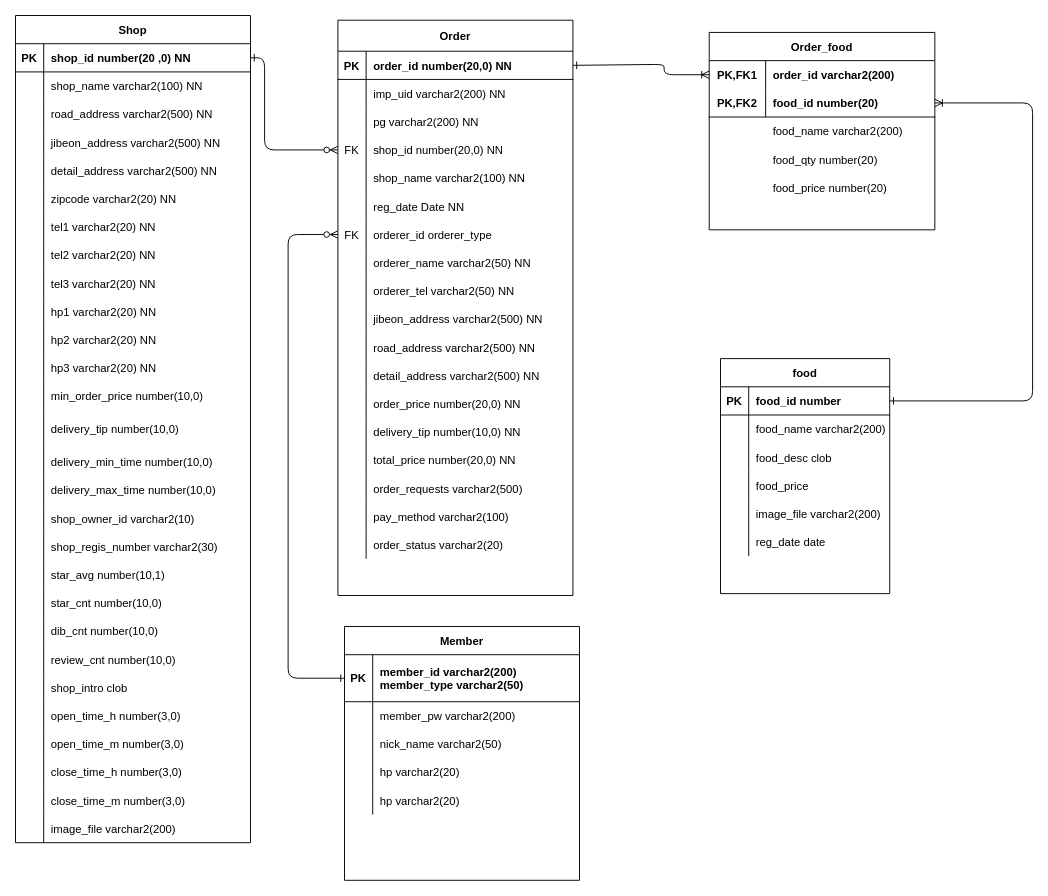
jihoho/jeogiyo keeps this draw.io diagram as src/main/webapp/WEB-INF/erd/order_erd.drawio. Above is the earlier version. Source tidied: cells renumbered, new cells numbered last; positions are measured from the earlier drawing's top-left corner, leaving out a move shared by most shapes. Both pictures are drawn from the tidied source at 94%, with x=0, y=0 at pixel (15, 15).
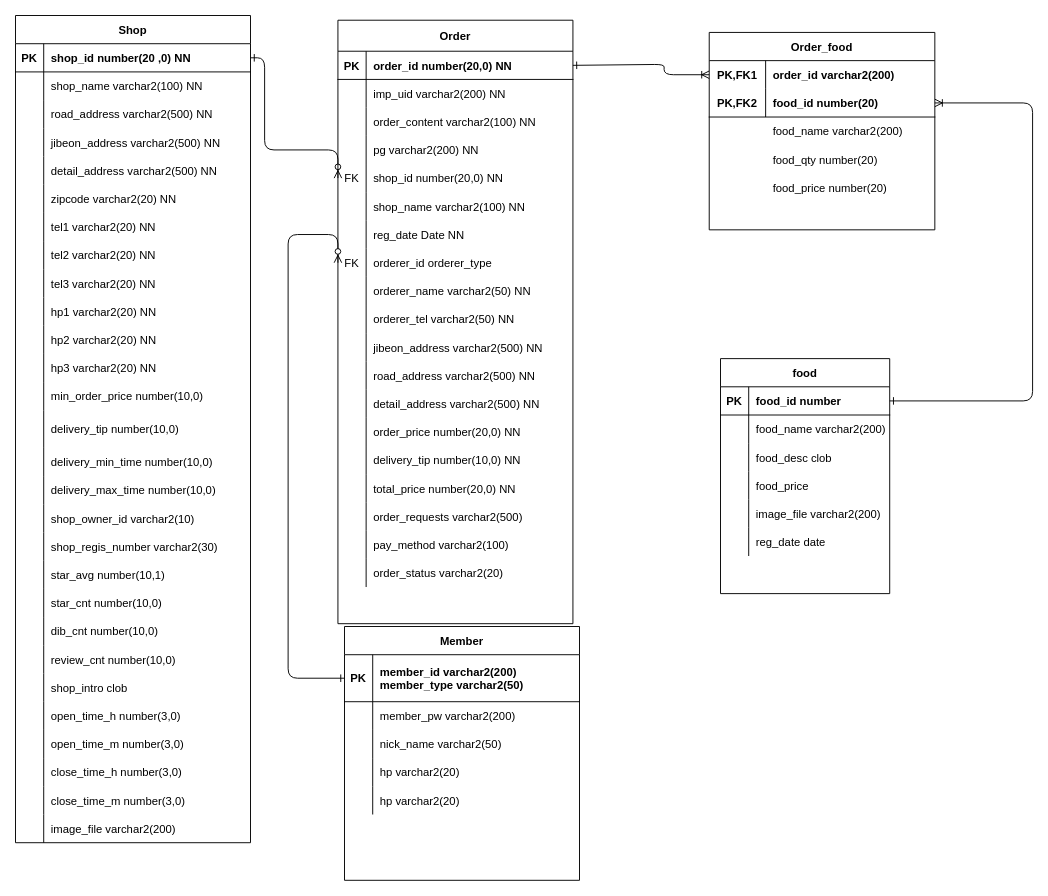
Above is the later version.

Unchanged cells that the change refers to:
```xml
<mxCell id="121" style="group;" parent="1" vertex="1">
  <mxGeometry x="343" y="5" width="250" height="482" as="geometry" />
</mxCell>
```

The edit, as a diff of the source:
```diff
@@
     <mxCell id="122" value="Order" style="shape=table;startSize=33;childLayout=tableLayout;rowLines=0;fontStyle=1;align=center;" parent="121" vertex="1">
-      <mxGeometry width="250" height="612" as="geometry" />
+      <mxGeometry width="250" height="642" as="geometry" />
     </mxCell>
@@
+    <mxCell id="194" style="shape=partialRectangle;fillColor=none;top=0;left=0;right=0;bottom=0;" parent="122" vertex="1">
+      <mxGeometry y="93" width="250" height="30" as="geometry" />
+    </mxCell>
+    <mxCell id="195" style="shape=partialRectangle;overflow=hidden;fillColor=none;top=0;left=0;bottom=0;right=0;" parent="194" vertex="1">
+      <mxGeometry width="30" height="30" as="geometry" />
+    </mxCell>
+    <mxCell id="196" value="order_content varchar2(100) NN" style="shape=partialRectangle;overflow=hidden;fillColor=none;top=0;left=0;bottom=0;right=0;align=left;spacingLeft=6;" parent="194" vertex="1">
+      <mxGeometry x="30" width="220" height="30" as="geometry" />
+    </mxCell>
     <mxCell id="129" style="shape=partialRectangle;fillColor=none;top=0;left=0;right=0;bottom=0;" parent="122" vertex="1">
-      <mxGeometry y="93" width="250" height="30" as="geometry" />
+      <mxGeometry y="123" width="250" height="30" as="geometry" />
     </mxCell>
@@
     <mxCell id="132" style="shape=partialRectangle;fillColor=none;points=[[0,0.5],[1,0.5]];portConstraint=eastwest;top=0;left=0;right=0;bottom=0;" parent="122" vertex="1">
-      <mxGeometry y="123" width="250" height="30" as="geometry" />
+      <mxGeometry y="153" width="250" height="30" as="geometry" />
     </mxCell>
@@
     <mxCell id="135" style="shape=partialRectangle;fillColor=none;top=0;left=0;right=0;bottom=0;" parent="122" vertex="1">
-      <mxGeometry y="153" width="250" height="30" as="geometry" />
+      <mxGeometry y="183" width="250" height="30" as="geometry" />
     </mxCell>
@@
     <mxCell id="138" style="shape=partialRectangle;fillColor=none;top=0;left=0;right=0;bottom=0;" parent="122" vertex="1">
-      <mxGeometry y="183" width="250" height="30" as="geometry" />
+      <mxGeometry y="213" width="250" height="30" as="geometry" />
     </mxCell>
@@
     <mxCell id="141" style="shape=partialRectangle;fillColor=none;points=[[0,0.5],[1,0.5]];portConstraint=eastwest;top=0;left=0;right=0;bottom=0;" parent="122" vertex="1">
-      <mxGeometry y="213" width="250" height="30" as="geometry" />
+      <mxGeometry y="243" width="250" height="30" as="geometry" />
     </mxCell>
@@
     <mxCell id="144" style="shape=partialRectangle;fillColor=none;top=0;left=0;right=0;bottom=0;" parent="122" vertex="1">
-      <mxGeometry y="243" width="250" height="30" as="geometry" />
+      <mxGeometry y="273" width="250" height="30" as="geometry" />
     </mxCell>
@@
     <mxCell id="147" style="shape=partialRectangle;fillColor=none;top=0;left=0;right=0;bottom=0;" parent="122" vertex="1">
-      <mxGeometry y="273" width="250" height="30" as="geometry" />
+      <mxGeometry y="303" width="250" height="30" as="geometry" />
     </mxCell>
@@
     <mxCell id="150" style="shape=partialRectangle;fillColor=none;top=0;left=0;right=0;bottom=0;" parent="122" vertex="1">
-      <mxGeometry y="303" width="250" height="30" as="geometry" />
+      <mxGeometry y="333" width="250" height="30" as="geometry" />
     </mxCell>
@@
     <mxCell id="153" style="shape=partialRectangle;fillColor=none;top=0;left=0;right=0;bottom=0;" parent="122" vertex="1">
-      <mxGeometry y="333" width="250" height="30" as="geometry" />
+      <mxGeometry y="363" width="250" height="30" as="geometry" />
     </mxCell>
@@
     <mxCell id="156" style="shape=partialRectangle;fillColor=none;top=0;left=0;right=0;bottom=0;" parent="122" vertex="1">
-      <mxGeometry y="363" width="250" height="30" as="geometry" />
+      <mxGeometry y="393" width="250" height="30" as="geometry" />
     </mxCell>
@@
     <mxCell id="159" style="shape=partialRectangle;fillColor=none;top=0;left=0;right=0;bottom=0;" parent="122" vertex="1">
-      <mxGeometry y="393" width="250" height="30" as="geometry" />
+      <mxGeometry y="423" width="250" height="30" as="geometry" />
     </mxCell>
@@
     <mxCell id="162" style="shape=partialRectangle;fillColor=none;top=0;left=0;right=0;bottom=0;" parent="122" vertex="1">
-      <mxGeometry y="423" width="250" height="30" as="geometry" />
+      <mxGeometry y="453" width="250" height="30" as="geometry" />
     </mxCell>
@@
     <mxCell id="165" style="shape=partialRectangle;fillColor=none;top=0;left=0;right=0;bottom=0;" parent="122" vertex="1">
-      <mxGeometry y="453" width="250" height="30" as="geometry" />
+      <mxGeometry y="483" width="250" height="30" as="geometry" />
     </mxCell>
@@
     <mxCell id="168" style="shape=partialRectangle;fillColor=none;top=0;left=0;right=0;bottom=0;" parent="122" vertex="1">
-      <mxGeometry y="483" width="250" height="30" as="geometry" />
+      <mxGeometry y="513" width="250" height="30" as="geometry" />
     </mxCell>
@@
     <mxCell id="171" style="shape=partialRectangle;fillColor=none;top=0;left=0;right=0;bottom=0;" parent="122" vertex="1">
-      <mxGeometry y="513" width="250" height="30" as="geometry" />
+      <mxGeometry y="543" width="250" height="30" as="geometry" />
     </mxCell>
@@
     <mxCell id="174" style="shape=partialRectangle;fillColor=none;top=0;left=0;right=0;bottom=0;" parent="122" vertex="1">
-      <mxGeometry y="543" width="250" height="30" as="geometry" />
+      <mxGeometry y="573" width="250" height="30" as="geometry" />
     </mxCell>
```
